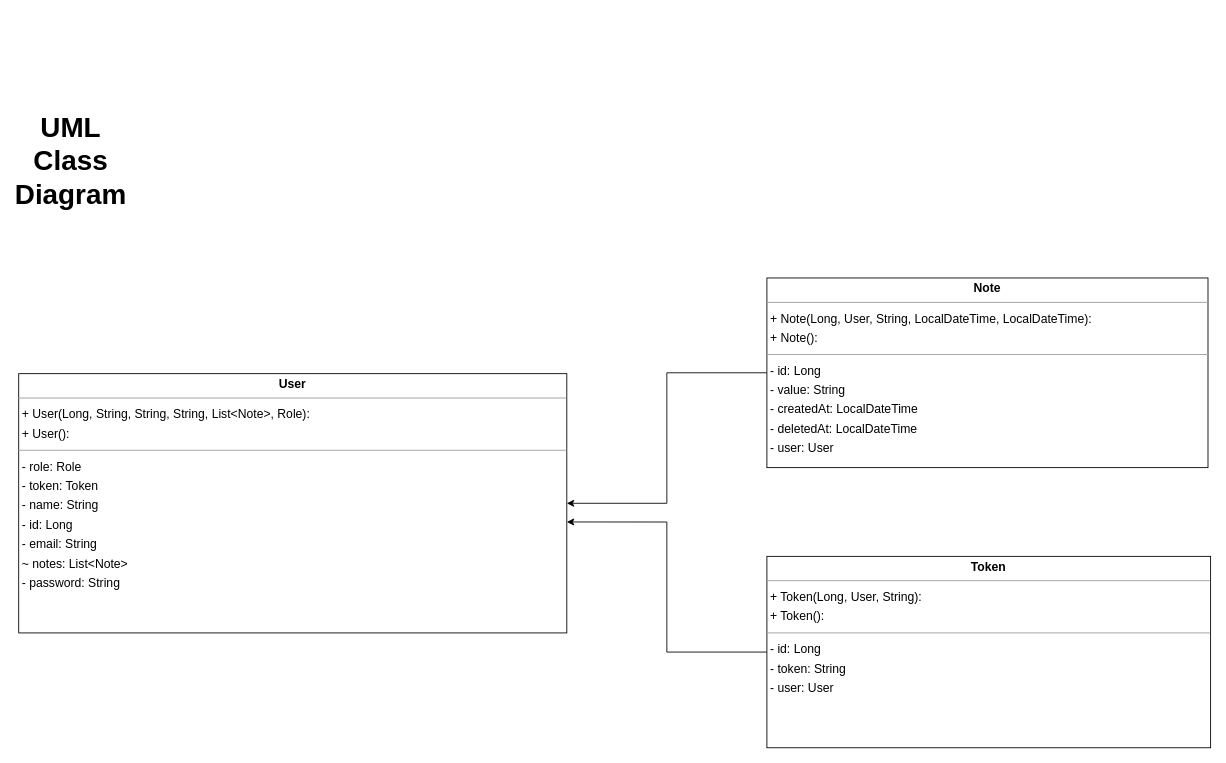
Kirill9m/dagbok-next-boot keeps this draw.io diagram as documentation/class-diagram.drawio. Above is the earlier version. Source tidied: cells renumbered, new cells numbered last; positions are measured from the earlier drawing's top-left corner, leaving out a move shared by most shapes. Both pictures are drawn from the tidied source at 87%, with x=0, y=0 at pixel (18, 147).
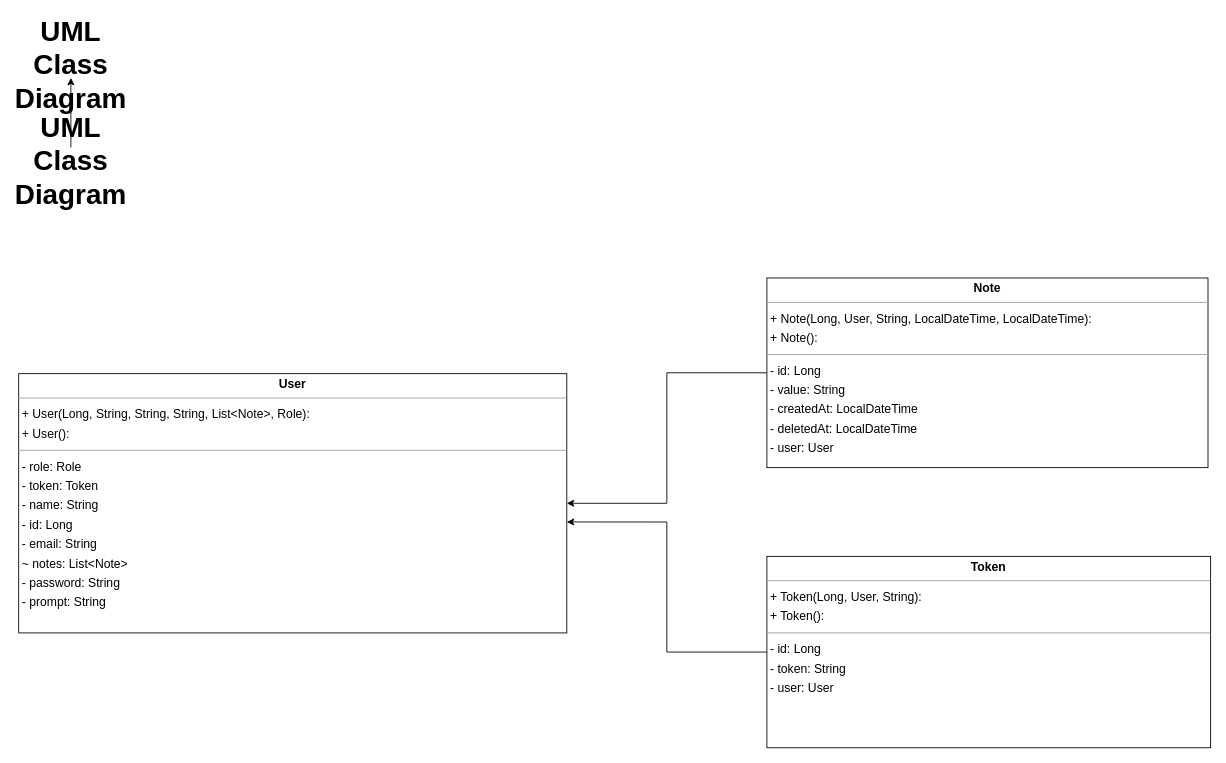
Above is the later version.

Commit message:
UML Class Diagram docs update

Change to the diagram source:
```diff
@@
 <mxGraphModel>
   <root>
     <mxCell id="0" />
     <mxCell id="1" parent="0" />
-    <mxCell id="2" value="&lt;p style=&quot;margin:0px;margin-top:4px;text-align:center;&quot;&gt;&lt;b&gt;User&lt;/b&gt;&lt;/p&gt;&lt;hr size=&quot;1&quot;&gt;&lt;p style=&quot;margin:0 0 0 4px;line-height:1.6;&quot;&gt;+ User(Long, String, String, String, List&amp;lt;Note&amp;gt;, Role): &lt;/p&gt;&lt;p style=&quot;margin:0 0 0 4px;line-height:1.6;&quot;&gt;+ User():&lt;/p&gt;&lt;hr size=&quot;1&quot;&gt;&lt;p style=&quot;margin:0 0 0 4px;line-height:1.6;&quot;&gt;- role: Role&lt;br&gt;- token: Token&lt;br&gt;- name: String&lt;br&gt;- id: Long&lt;br&gt;- email: String&lt;br&gt;~ notes: List&amp;lt;Note&amp;gt;&lt;br&gt;- password: String&lt;/p&gt;" style="verticalAlign=top;align=left;overflow=fill;fontSize=14;fontFamily=Helvetica;html=1;rounded=0;shadow=0;comic=0;labelBackgroundColor=none;strokeWidth=1;" parent="1" vertex="1">
+    <mxCell id="2" value="&lt;p style=&quot;margin:0px;margin-top:4px;text-align:center;&quot;&gt;&lt;b&gt;User&lt;/b&gt;&lt;/p&gt;&lt;hr size=&quot;1&quot;&gt;&lt;p style=&quot;margin:0 0 0 4px;line-height:1.6;&quot;&gt;+ User(Long, String, String, String, List&amp;lt;Note&amp;gt;, Role): &lt;/p&gt;&lt;p style=&quot;margin:0 0 0 4px;line-height:1.6;&quot;&gt;+ User():&lt;/p&gt;&lt;hr size=&quot;1&quot;&gt;&lt;p style=&quot;margin:0 0 0 4px;line-height:1.6;&quot;&gt;- role: Role&lt;br&gt;- token: Token&lt;br&gt;- name: String&lt;br&gt;- id: Long&lt;br&gt;- email: String&lt;br&gt;~ notes: List&amp;lt;Note&amp;gt;&lt;br&gt;- password: String&lt;/p&gt;&lt;p style=&quot;margin:0 0 0 4px;line-height:1.6;&quot;&gt;- prompt: String&lt;/p&gt;" style="verticalAlign=top;align=left;overflow=fill;fontSize=14;fontFamily=Helvetica;html=1;rounded=0;shadow=0;comic=0;labelBackgroundColor=none;strokeWidth=1;" parent="1" vertex="1">
       <mxGeometry y="260" width="630" height="298" as="geometry" />
     </mxCell>
     <mxCell id="3" style="edgeStyle=orthogonalEdgeStyle;rounded=0;jettySize=auto;html=1;entryX=1;entryY=0.5;entryDx=0;entryDy=0;" parent="1" edge="1" source="4" target="2">
       <mxGeometry relative="1" as="geometry" />
     </mxCell>
     <mxCell id="4" value="&lt;p style=&quot;margin:0px;margin-top:4px;text-align:center;&quot;&gt;&lt;b&gt;Note&lt;/b&gt;&lt;/p&gt;&lt;hr size=&quot;1&quot;&gt;&lt;p style=&quot;margin:0 0 0 4px;line-height:1.6;&quot;&gt;+ Note(Long, User, String, LocalDateTime, LocalDateTime): &lt;br&gt;+ Note(): &lt;/p&gt;&lt;hr size=&quot;1&quot;&gt;&lt;p style=&quot;margin:0 0 0 4px;line-height:1.6;&quot;&gt;- id: Long&lt;br&gt;- value: String&lt;br&gt;- createdAt: LocalDateTime&lt;br&gt;- deletedAt: LocalDateTime&lt;br&gt;- user: User&lt;/p&gt;" style="verticalAlign=top;align=left;overflow=fill;fontSize=14;fontFamily=Helvetica;html=1;rounded=0;shadow=0;comic=0;labelBackgroundColor=none;strokeWidth=1;" parent="1" vertex="1">
       <mxGeometry x="860" y="150" width="507" height="218" as="geometry" />
     </mxCell>
     <mxCell id="5" style="edgeStyle=orthogonalEdgeStyle;rounded=0;jettySize=auto;html=1;entryX=1;entryY=0.572;entryDx=0;entryDy=0;entryPerimeter=0;" parent="1" edge="1" source="6" target="2">
       <mxGeometry relative="1" as="geometry" />
     </mxCell>
     <mxCell id="6" value="&lt;p style=&quot;margin:0px;margin-top:4px;text-align:center;&quot;&gt;&lt;b&gt;Token&lt;/b&gt;&lt;/p&gt;&lt;hr size=&quot;1&quot;&gt;&lt;p style=&quot;margin:0 0 0 4px;line-height:1.6;&quot;&gt;+ Token(Long, User, String): &lt;br&gt;+ Token(): &lt;/p&gt;&lt;hr size=&quot;1&quot;&gt;&lt;p style=&quot;margin:0 0 0 4px;line-height:1.6;&quot;&gt;- id: Long&lt;br&gt;- token: String&lt;br&gt;- user: User&lt;/p&gt;" style="verticalAlign=top;align=left;overflow=fill;fontSize=14;fontFamily=Helvetica;html=1;rounded=0;shadow=0;comic=0;labelBackgroundColor=none;strokeWidth=1;" parent="1" vertex="1">
       <mxGeometry x="860" y="470" width="510" height="220" as="geometry" />
     </mxCell>
+    <mxCell id="8" style="edgeStyle=orthogonalEdgeStyle;rounded=0;jettySize=auto;html=1;" parent="1" edge="1" source="7" target="9">
+      <mxGeometry relative="1" as="geometry" />
+    </mxCell>
     <mxCell id="7" value="&lt;strong&gt;&lt;font style=&quot;font-size: 32px;&quot;&gt;UML Class Diagram&lt;/font&gt;&lt;/strong&gt;" style="text;html=1;strokeColor=none;fillColor=none;align=center;verticalAlign=middle;whiteSpace=wrap;rounded=0;" parent="1" vertex="1">
       <mxGeometry x="30" width="60" height="30" as="geometry" />
     </mxCell>
+    <mxCell id="9" value="&lt;strong&gt;&lt;font style=&quot;font-size: 32px;&quot;&gt;UML Class Diagram&lt;/font&gt;&lt;/strong&gt;" style="text;html=1;strokeColor=none;fillColor=none;align=center;verticalAlign=middle;whiteSpace=wrap;rounded=0;" parent="1" vertex="1">
+      <mxGeometry x="30" y="-110" width="60" height="30" as="geometry" />
+    </mxCell>
   </root>
 </mxGraphModel>
```
